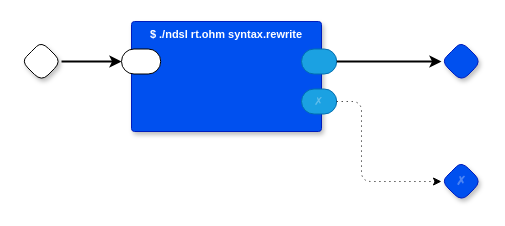
guitarvydas/rt keeps this draw.io diagram as page "Syntax Check" (3 of 9) of rt2py.drawio. Above is the earlier version. Source tidied: cells renumbered, new cells numbered last; positions are measured from the earlier drawing's top-left corner, leaving out a move shared by most shapes. Both pictures are drawn from the tidied source at 100%, with x=0, y=0 at pixel (21, 21).
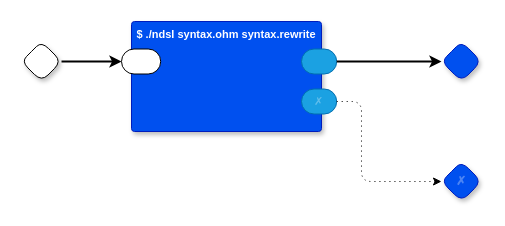
The same diagram, later.

Change to the diagram source:
```diff
@@
 <mxGraphModel>
   <root>
     <mxCell id="0" />
     <mxCell id="1" parent="0" />
     <mxCell id="2" style="rhombus;whiteSpace=wrap;html=1;rounded=1;fontStyle=1;glass=0;sketch=0;fontSize=12;points=[[0,0.5,0,0,0],[0.5,0,0,0,0],[0.5,1,0,0,0],[1,0.5,0,0,0]];shadow=1;fontFamily=Helvetica;fontColor=default;" parent="1" vertex="1">
       <mxGeometry y="20" width="40" height="40" as="geometry" />
     </mxCell>
     <mxCell id="3" style="rhombus;whiteSpace=wrap;html=1;rounded=1;fontStyle=1;glass=0;sketch=0;fontSize=12;points=[[0,0.5,0,0,0],[0.5,0,0,0,0],[0.5,1,0,0,0],[1,0.5,0,0,0]];shadow=1;fillColor=#0050ef;fontColor=#ffffff;strokeColor=#001DBC;fontFamily=Helvetica;" parent="1" vertex="1">
       <mxGeometry x="420" y="20" width="40" height="40" as="geometry" />
     </mxCell>
     <mxCell id="4" value="✗" style="rhombus;whiteSpace=wrap;html=1;rounded=1;fillColor=#0050ef;fontColor=#ffffff;strokeColor=#001DBC;fontStyle=1;glass=0;sketch=0;fontSize=12;points=[[0,0.5,0,0,0],[0.5,0,0,0,0],[0.5,1,0,0,0],[1,0.5,0,0,0]];shadow=1;textOpacity=30;" parent="1" vertex="1">
       <mxGeometry x="420" y="140" width="40" height="40" as="geometry" />
     </mxCell>
-    <mxCell id="5" value="$ ./ndsl rt.ohm syntax.rewrite" style="rounded=1;sketch=0;verticalAlign=top;arcSize=6;fontStyle=1;absoluteArcSize=1;shadow=1;strokeColor=#001DBC;fillColor=#0050ef;fontColor=#ffffff;fontFamily=Helvetica;fontSize=11;" parent="1" vertex="1">
+    <mxCell id="5" value="$ ./ndsl syntax.ohm syntax.rewrite" style="rounded=1;sketch=0;verticalAlign=top;arcSize=6;fontStyle=1;absoluteArcSize=1;shadow=1;strokeColor=#001DBC;fillColor=#0050ef;fontColor=#ffffff;fontFamily=Helvetica;fontSize=11;" parent="1" vertex="1">
       <mxGeometry x="110" width="190" height="110" as="geometry" />
     </mxCell>
     <mxCell id="6" style="rounded=1;whiteSpace=wrap;html=1;sketch=0;points=[[0,0.5,0,0,0],[1,0.5,0,0,0]];arcSize=50;fontFamily=Helvetica;fontSize=11;fontColor=default;" parent="5" vertex="1">
       <mxGeometry x="-10" y="27.5" width="39.2" height="25" as="geometry" />
     </mxCell>
     <mxCell id="7" style="rounded=1;whiteSpace=wrap;html=1;sketch=0;points=[[0,0.5,0,0,0],[1,0.5,0,0,0]];fillColor=#1ba1e2;fontColor=#ffffff;strokeColor=#006EAF;arcSize=50;fontFamily=Helvetica;fontSize=11;" parent="5" vertex="1">
       <mxGeometry x="170" y="27.5" width="35.2" height="25" as="geometry" />
     </mxCell>
     <mxCell id="8" value="✗" style="rounded=1;whiteSpace=wrap;html=1;sketch=0;points=[[0,0.5,0,0,0],[1,0.5,0,0,0]];fillColor=#1ba1e2;fontColor=#ffffff;strokeColor=#006EAF;arcSize=50;fontFamily=Helvetica;fontSize=11;textOpacity=30;" parent="5" vertex="1">
       <mxGeometry x="170" y="67.5" width="35.2" height="25" as="geometry" />
     </mxCell>
     <mxCell id="9" style="edgeStyle=orthogonalEdgeStyle;rounded=0;jettySize=auto;html=1;exitX=1;exitY=0.5;exitDx=0;exitDy=0;exitPerimeter=0;entryX=0;entryY=0.5;entryDx=0;entryDy=0;entryPerimeter=0;strokeWidth=2;" parent="1" edge="1" source="2" target="6">
       <mxGeometry relative="1" as="geometry" />
     </mxCell>
     <mxCell id="10" style="edgeStyle=orthogonalEdgeStyle;rounded=0;jettySize=auto;html=1;exitX=1;exitY=0.5;exitDx=0;exitDy=0;exitPerimeter=0;strokeWidth=2;entryX=0;entryY=0.5;entryDx=0;entryDy=0;entryPerimeter=0;" parent="1" edge="1" source="7" target="3">
       <mxGeometry relative="1" as="geometry" />
     </mxCell>
     <mxCell id="11" style="edgeStyle=orthogonalEdgeStyle;rounded=1;jettySize=auto;html=1;exitX=1;exitY=0.5;exitDx=0;exitDy=0;exitPerimeter=0;entryX=0;entryY=0.5;entryDx=0;entryDy=0;entryPerimeter=0;curved=0;dashed=1;dashPattern=1 4;" parent="1" edge="1" source="8" target="4">
       <mxGeometry relative="1" as="geometry">
         <Array as="points">
           <mxPoint x="340" y="80" />
           <mxPoint x="340" y="160" />
         </Array>
       </mxGeometry>
     </mxCell>
   </root>
 </mxGraphModel>
```
